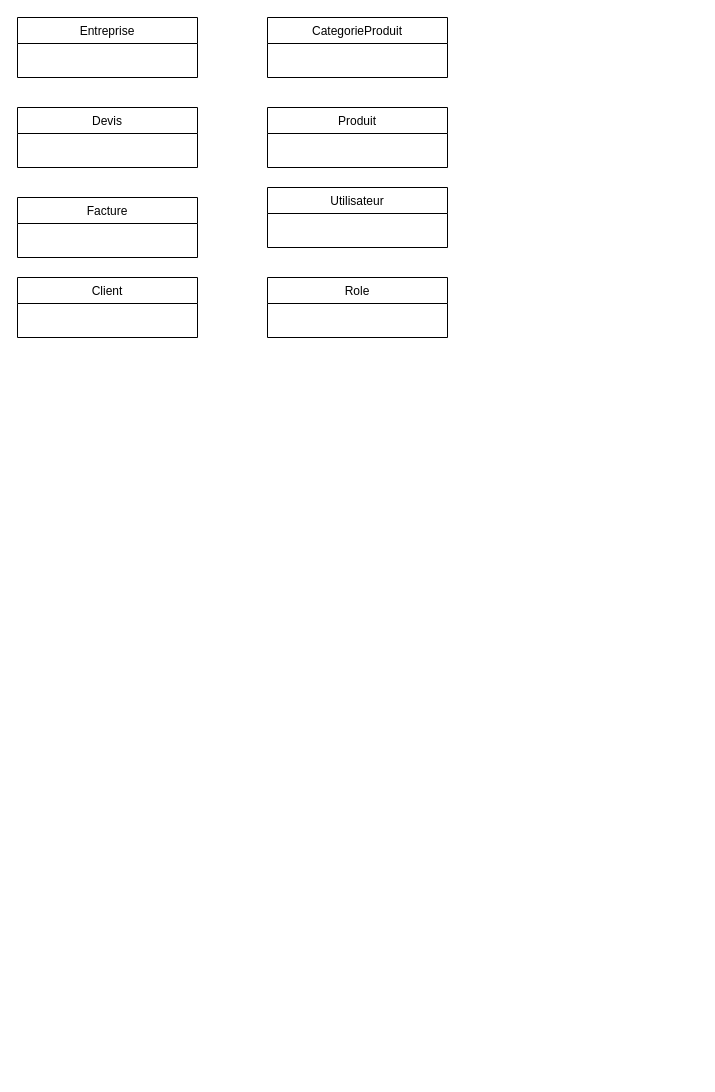
Earlier version of the draw.io diagram .docs/UML/DDC.drawio (RafaelCoppe/Challenge-S1-4iw2_rattrapage). Source tidied: cells renumbered, new cells numbered last; positions are measured from the earlier drawing's top-left corner, leaving out a move shared by most shapes. Both pictures are drawn from the tidied source at 100%, with x=0, y=0 at pixel (17, 17).
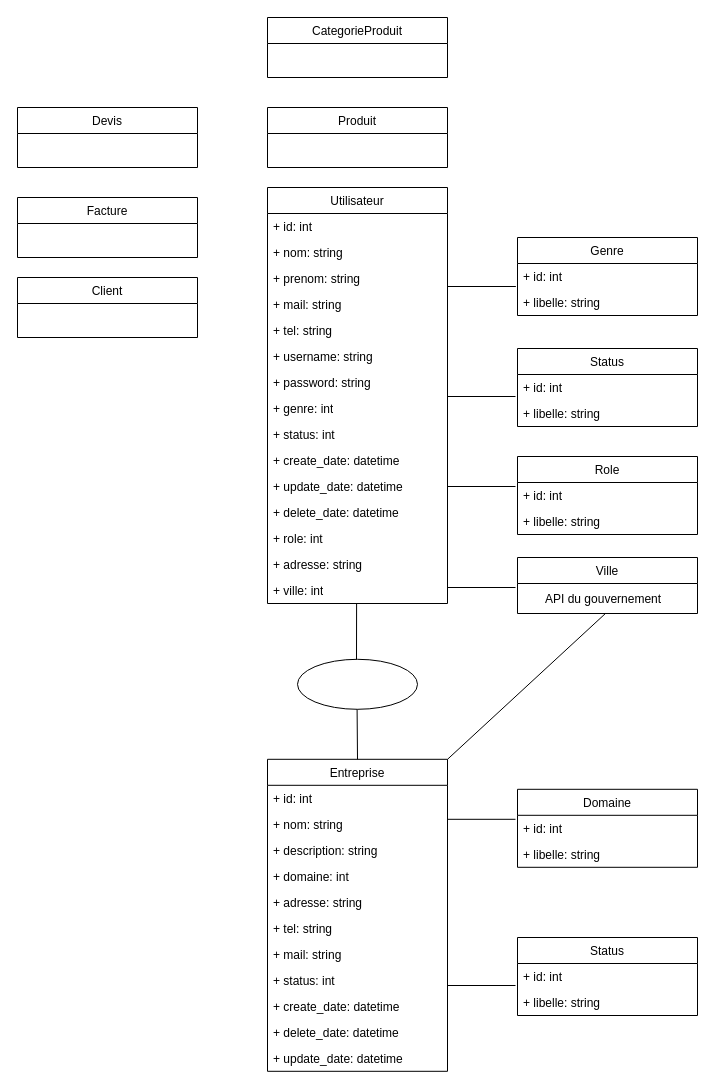
The same page after the edit.

Commit message:
premieres modifs du diagramme

Diff of the diagram source:
```diff
@@
     <mxCell id="2" value="Entreprise" style="swimlane;fontStyle=0;horizontal=1;startSize=26;fillColor=none;" parent="1" vertex="1">
-      <mxGeometry width="180" height="60" as="geometry" />
+      <mxGeometry x="250" y="741.8" width="180" height="312" as="geometry" />
     </mxCell>
+    <mxCell id="10" value="&lt;div&gt;+ id: int&amp;nbsp;&amp;nbsp; &lt;br&gt;&lt;/div&gt;&lt;div&gt;&lt;br&gt;&lt;/div&gt;" style="text;strokeColor=none;fillColor=none;align=left;verticalAlign=top;spacingLeft=4;spacingRight=4;overflow=hidden;whiteSpace=wrap;html=1;" parent="2" vertex="1">
+      <mxGeometry y="26" width="180" height="26" as="geometry" />
+    </mxCell>
+    <mxCell id="11" value="&lt;div&gt;+ nom: string&lt;/div&gt;&lt;div&gt;&lt;br&gt;&lt;/div&gt;" style="text;strokeColor=none;fillColor=none;align=left;verticalAlign=top;spacingLeft=4;spacingRight=4;overflow=hidden;whiteSpace=wrap;html=1;" parent="2" vertex="1">
+      <mxGeometry y="52" width="180" height="26" as="geometry" />
+    </mxCell>
+    <mxCell id="12" value="&lt;div&gt;+ description: string&lt;/div&gt;&lt;div&gt;&lt;br&gt;&lt;/div&gt;" style="text;strokeColor=none;fillColor=none;align=left;verticalAlign=top;spacingLeft=4;spacingRight=4;overflow=hidden;whiteSpace=wrap;html=1;" parent="2" vertex="1">
+      <mxGeometry y="78" width="180" height="26" as="geometry" />
+    </mxCell>
+    <mxCell id="13" value="&lt;div&gt;+ domaine: int&lt;/div&gt;&lt;div&gt;&lt;br&gt;&lt;/div&gt;" style="text;strokeColor=none;fillColor=none;align=left;verticalAlign=top;spacingLeft=4;spacingRight=4;overflow=hidden;whiteSpace=wrap;html=1;" parent="2" vertex="1">
+      <mxGeometry y="104" width="180" height="26" as="geometry" />
+    </mxCell>
+    <mxCell id="14" value="&lt;div&gt;+ adresse: string&lt;/div&gt;&lt;div&gt;&lt;br&gt;&lt;/div&gt;" style="text;strokeColor=none;fillColor=none;align=left;verticalAlign=top;spacingLeft=4;spacingRight=4;overflow=hidden;whiteSpace=wrap;html=1;" parent="2" vertex="1">
+      <mxGeometry y="130" width="180" height="26" as="geometry" />
+    </mxCell>
+    <mxCell id="15" value="&lt;div&gt;+ tel: string&lt;/div&gt;&lt;div&gt;&lt;br&gt;&lt;/div&gt;" style="text;strokeColor=none;fillColor=none;align=left;verticalAlign=top;spacingLeft=4;spacingRight=4;overflow=hidden;whiteSpace=wrap;html=1;" parent="2" vertex="1">
+      <mxGeometry y="156" width="180" height="26" as="geometry" />
+    </mxCell>
+    <mxCell id="16" value="&lt;div&gt;+ mail: string&lt;/div&gt;&lt;div&gt;&lt;br&gt;&lt;/div&gt;" style="text;strokeColor=none;fillColor=none;align=left;verticalAlign=top;spacingLeft=4;spacingRight=4;overflow=hidden;whiteSpace=wrap;html=1;" parent="2" vertex="1">
+      <mxGeometry y="182" width="180" height="26" as="geometry" />
+    </mxCell>
+    <mxCell id="17" value="&lt;div&gt;+ status: int&lt;/div&gt;&lt;div&gt;&lt;br&gt;&lt;/div&gt;" style="text;strokeColor=none;fillColor=none;align=left;verticalAlign=top;spacingLeft=4;spacingRight=4;overflow=hidden;whiteSpace=wrap;html=1;" parent="2" vertex="1">
+      <mxGeometry y="208" width="180" height="26" as="geometry" />
+    </mxCell>
+    <mxCell id="18" value="+ create_date: datetime" style="text;strokeColor=none;fillColor=none;align=left;verticalAlign=top;spacingLeft=4;spacingRight=4;overflow=hidden;whiteSpace=wrap;html=1;" parent="2" vertex="1">
+      <mxGeometry y="234" width="180" height="26" as="geometry" />
+    </mxCell>
+    <mxCell id="19" value="+ delete_date: datetime" style="text;strokeColor=none;fillColor=none;align=left;verticalAlign=top;spacingLeft=4;spacingRight=4;overflow=hidden;whiteSpace=wrap;html=1;" parent="2" vertex="1">
+      <mxGeometry y="260" width="180" height="26" as="geometry" />
+    </mxCell>
+    <mxCell id="20" value="+ update_date: datetime" style="text;strokeColor=none;fillColor=none;align=left;verticalAlign=top;spacingLeft=4;spacingRight=4;overflow=hidden;whiteSpace=wrap;html=1;" parent="2" vertex="1">
+      <mxGeometry y="286" width="180" height="26" as="geometry" />
+    </mxCell>
@@
     <mxCell id="8" value="Utilisateur" style="swimlane;fontStyle=0;horizontal=1;startSize=26;fillColor=none;" parent="1" vertex="1">
-      <mxGeometry x="250" y="170" width="180" height="60" as="geometry" />
+      <mxGeometry x="250" y="170" width="180" height="416" as="geometry" />
     </mxCell>
+    <mxCell id="21" value="+ id: int" style="text;strokeColor=none;fillColor=none;align=left;verticalAlign=top;spacingLeft=4;spacingRight=4;overflow=hidden;whiteSpace=wrap;html=1;" parent="8" vertex="1">
+      <mxGeometry y="26" width="180" height="26" as="geometry" />
+    </mxCell>
+    <mxCell id="22" value="+ nom: string" style="text;strokeColor=none;fillColor=none;align=left;verticalAlign=top;spacingLeft=4;spacingRight=4;overflow=hidden;whiteSpace=wrap;html=1;" parent="8" vertex="1">
+      <mxGeometry y="52" width="180" height="26" as="geometry" />
+    </mxCell>
+    <mxCell id="23" value="+ prenom: string" style="text;strokeColor=none;fillColor=none;align=left;verticalAlign=top;spacingLeft=4;spacingRight=4;overflow=hidden;whiteSpace=wrap;html=1;" parent="8" vertex="1">
+      <mxGeometry y="78" width="180" height="26" as="geometry" />
+    </mxCell>
+    <mxCell id="24" value="+ mail: string" style="text;strokeColor=none;fillColor=none;align=left;verticalAlign=top;spacingLeft=4;spacingRight=4;overflow=hidden;whiteSpace=wrap;html=1;" parent="8" vertex="1">
+      <mxGeometry y="104" width="180" height="26" as="geometry" />
+    </mxCell>
+    <mxCell id="25" value="+ tel: string" style="text;strokeColor=none;fillColor=none;align=left;verticalAlign=top;spacingLeft=4;spacingRight=4;overflow=hidden;whiteSpace=wrap;html=1;" parent="8" vertex="1">
+      <mxGeometry y="130" width="180" height="26" as="geometry" />
+    </mxCell>
+    <mxCell id="26" value="&lt;div&gt;+ username: string&lt;/div&gt;" style="text;strokeColor=none;fillColor=none;align=left;verticalAlign=top;spacingLeft=4;spacingRight=4;overflow=hidden;whiteSpace=wrap;html=1;" parent="8" vertex="1">
+      <mxGeometry y="156" width="180" height="26" as="geometry" />
+    </mxCell>
+    <mxCell id="27" value="+ password: string" style="text;strokeColor=none;fillColor=none;align=left;verticalAlign=top;spacingLeft=4;spacingRight=4;overflow=hidden;whiteSpace=wrap;html=1;" parent="8" vertex="1">
+      <mxGeometry y="182" width="180" height="26" as="geometry" />
+    </mxCell>
+    <mxCell id="28" value="+ genre: int" style="text;strokeColor=none;fillColor=none;align=left;verticalAlign=top;spacingLeft=4;spacingRight=4;overflow=hidden;whiteSpace=wrap;html=1;" parent="8" vertex="1">
+      <mxGeometry y="208" width="180" height="26" as="geometry" />
+    </mxCell>
+    <mxCell id="29" value="&lt;div&gt;+ status: int&lt;/div&gt;" style="text;strokeColor=none;fillColor=none;align=left;verticalAlign=top;spacingLeft=4;spacingRight=4;overflow=hidden;whiteSpace=wrap;html=1;" parent="8" vertex="1">
+      <mxGeometry y="234" width="180" height="26" as="geometry" />
+    </mxCell>
+    <mxCell id="30" value="+ create_date: datetime" style="text;strokeColor=none;fillColor=none;align=left;verticalAlign=top;spacingLeft=4;spacingRight=4;overflow=hidden;whiteSpace=wrap;html=1;" parent="8" vertex="1">
+      <mxGeometry y="260" width="180" height="26" as="geometry" />
+    </mxCell>
+    <mxCell id="31" value="+ update_date: datetime" style="text;strokeColor=none;fillColor=none;align=left;verticalAlign=top;spacingLeft=4;spacingRight=4;overflow=hidden;whiteSpace=wrap;html=1;" parent="8" vertex="1">
+      <mxGeometry y="286" width="180" height="26" as="geometry" />
+    </mxCell>
+    <mxCell id="32" value="+ delete_date: datetime" style="text;strokeColor=none;fillColor=none;align=left;verticalAlign=top;spacingLeft=4;spacingRight=4;overflow=hidden;whiteSpace=wrap;html=1;" parent="8" vertex="1">
+      <mxGeometry y="312" width="180" height="26" as="geometry" />
+    </mxCell>
+    <mxCell id="33" value="&lt;div&gt;+ role: int&lt;/div&gt;&lt;div&gt;&lt;br&gt;&lt;/div&gt;" style="text;strokeColor=none;fillColor=none;align=left;verticalAlign=top;spacingLeft=4;spacingRight=4;overflow=hidden;whiteSpace=wrap;html=1;" parent="8" vertex="1">
+      <mxGeometry y="338" width="180" height="26" as="geometry" />
+    </mxCell>
+    <mxCell id="34" value="&lt;div&gt;+ adresse: string&lt;/div&gt;&lt;div&gt;&lt;br&gt;&lt;/div&gt;" style="text;strokeColor=none;fillColor=none;align=left;verticalAlign=top;spacingLeft=4;spacingRight=4;overflow=hidden;whiteSpace=wrap;html=1;" parent="8" vertex="1">
+      <mxGeometry y="364" width="180" height="26" as="geometry" />
+    </mxCell>
+    <mxCell id="35" value="&lt;div&gt;+ ville: int&lt;/div&gt;&lt;div&gt;&lt;br&gt;&lt;/div&gt;" style="text;strokeColor=none;fillColor=none;align=left;verticalAlign=top;spacingLeft=4;spacingRight=4;overflow=hidden;whiteSpace=wrap;html=1;" parent="8" vertex="1">
+      <mxGeometry y="390" width="180" height="26" as="geometry" />
+    </mxCell>
+    <mxCell id="36" value="Genre" style="swimlane;fontStyle=0;horizontal=1;startSize=26;fillColor=none;" parent="1" vertex="1">
+      <mxGeometry x="500" y="220" width="180" height="78" as="geometry" />
+    </mxCell>
+    <mxCell id="37" value="+ id: int" style="text;strokeColor=none;fillColor=none;align=left;verticalAlign=top;spacingLeft=4;spacingRight=4;overflow=hidden;whiteSpace=wrap;html=1;" parent="36" vertex="1">
+      <mxGeometry y="26" width="180" height="26" as="geometry" />
+    </mxCell>
+    <mxCell id="38" value="+ libelle: string" style="text;strokeColor=none;fillColor=none;align=left;verticalAlign=top;spacingLeft=4;spacingRight=4;overflow=hidden;points=[[0,0.5],[1,0.5]];portConstraint=eastwest;whiteSpace=wrap;html=1;" parent="36" vertex="1">
+      <mxGeometry y="52" width="180" height="26" as="geometry" />
+    </mxCell>
+    <mxCell id="39" value="Status" style="swimlane;fontStyle=0;horizontal=1;startSize=26;fillColor=none;" parent="1" vertex="1">
+      <mxGeometry x="500" y="331" width="180" height="78" as="geometry" />
+    </mxCell>
+    <mxCell id="40" value="+ id: int" style="text;strokeColor=none;fillColor=none;align=left;verticalAlign=top;spacingLeft=4;spacingRight=4;overflow=hidden;whiteSpace=wrap;html=1;" parent="39" vertex="1">
+      <mxGeometry y="26" width="180" height="26" as="geometry" />
+    </mxCell>
+    <mxCell id="41" value="+ libelle: string" style="text;strokeColor=none;fillColor=none;align=left;verticalAlign=top;spacingLeft=4;spacingRight=4;overflow=hidden;whiteSpace=wrap;html=1;" parent="39" vertex="1">
+      <mxGeometry y="52" width="180" height="26" as="geometry" />
+    </mxCell>
     <mxCell id="9" value="Role" style="swimlane;fontStyle=0;horizontal=1;startSize=26;fillColor=none;" parent="1" vertex="1">
-      <mxGeometry x="250" y="260" width="180" height="60" as="geometry" />
+      <mxGeometry x="500" y="439" width="180" height="78" as="geometry" />
     </mxCell>
+    <mxCell id="42" value="+ id: int" style="text;strokeColor=none;fillColor=none;align=left;verticalAlign=top;spacingLeft=4;spacingRight=4;overflow=hidden;whiteSpace=wrap;html=1;" parent="9" vertex="1">
+      <mxGeometry y="26" width="180" height="26" as="geometry" />
+    </mxCell>
+    <mxCell id="43" value="+ libelle: string" style="text;strokeColor=none;fillColor=none;align=left;verticalAlign=top;spacingLeft=4;spacingRight=4;overflow=hidden;whiteSpace=wrap;html=1;" parent="9" vertex="1">
+      <mxGeometry y="52" width="180" height="26" as="geometry" />
+    </mxCell>
+    <mxCell id="44" style="ellipse;whiteSpace=wrap;html=1;align=center;" parent="1" vertex="1">
+      <mxGeometry x="280" y="641.8" width="120" height="50" as="geometry" />
+    </mxCell>
+    <mxCell id="45" style="endArrow=none;html=1;rounded=0;entryX=-0.009;entryY=-0.115;entryDx=0;entryDy=0;entryPerimeter=0;" parent="1" edge="1" target="38">
+      <mxGeometry relative="1" as="geometry">
+        <mxPoint x="430" y="269" as="sourcePoint" />
+      </mxGeometry>
+    </mxCell>
+    <mxCell id="46" style="endArrow=none;html=1;rounded=0;entryX=-0.009;entryY=-0.115;entryDx=0;entryDy=0;entryPerimeter=0;" parent="1" edge="1">
+      <mxGeometry relative="1" as="geometry">
+        <mxPoint x="430" y="379" as="sourcePoint" />
+        <mxPoint x="498" y="379" as="targetPoint" />
+      </mxGeometry>
+    </mxCell>
+    <mxCell id="47" style="endArrow=none;html=1;rounded=0;entryX=-0.009;entryY=-0.115;entryDx=0;entryDy=0;entryPerimeter=0;" parent="1" edge="1">
+      <mxGeometry relative="1" as="geometry">
+        <mxPoint x="430" y="469" as="sourcePoint" />
+        <mxPoint x="498" y="469" as="targetPoint" />
+      </mxGeometry>
+    </mxCell>
+    <mxCell id="48" style="endArrow=none;html=1;rounded=0;exitX=0.495;exitY=1.006;exitDx=0;exitDy=0;exitPerimeter=0;" parent="1" edge="1">
+      <mxGeometry relative="1" as="geometry">
+        <mxPoint x="339.1" y="586" as="sourcePoint" />
+        <mxPoint x="339" y="641.8" as="targetPoint" />
+      </mxGeometry>
+    </mxCell>
+    <mxCell id="49" style="endArrow=none;html=1;rounded=0;entryX=0.5;entryY=0;entryDx=0;entryDy=0;" parent="1" edge="1" target="2">
+      <mxGeometry relative="1" as="geometry">
+        <mxPoint x="339.6" y="691.8" as="sourcePoint" />
+      </mxGeometry>
+    </mxCell>
+    <mxCell id="50" value="Domaine" style="swimlane;fontStyle=0;horizontal=1;startSize=26;fillColor=none;" parent="1" vertex="1">
+      <mxGeometry x="500" y="771.8" width="180" height="78" as="geometry" />
+    </mxCell>
+    <mxCell id="51" value="+ id: int" style="text;strokeColor=none;fillColor=none;align=left;verticalAlign=top;spacingLeft=4;spacingRight=4;overflow=hidden;whiteSpace=wrap;html=1;" parent="50" vertex="1">
+      <mxGeometry y="26" width="180" height="26" as="geometry" />
+    </mxCell>
+    <mxCell id="52" value="+ libelle: string" style="text;strokeColor=none;fillColor=none;align=left;verticalAlign=top;spacingLeft=4;spacingRight=4;overflow=hidden;whiteSpace=wrap;html=1;" parent="50" vertex="1">
+      <mxGeometry y="52" width="180" height="26" as="geometry" />
+    </mxCell>
+    <mxCell id="53" style="endArrow=none;html=1;rounded=0;entryX=-0.009;entryY=-0.115;entryDx=0;entryDy=0;entryPerimeter=0;" parent="1" edge="1">
+      <mxGeometry relative="1" as="geometry">
+        <mxPoint x="430" y="801.8" as="sourcePoint" />
+        <mxPoint x="498" y="801.8" as="targetPoint" />
+      </mxGeometry>
+    </mxCell>
+    <mxCell id="54" value="Ville" style="swimlane;fontStyle=0;horizontal=1;startSize=26;fillColor=none;" parent="1" vertex="1">
+      <mxGeometry x="500" y="540" width="180" height="56" as="geometry" />
+    </mxCell>
+    <mxCell id="55" style="shape=table;startSize=0;childLayout=tableLayout;rowLines=0;fontStyle=0;align=center;strokeColor=none;fillColor=none;whiteSpace=wrap;html=1;" parent="54" vertex="1">
+      <mxGeometry y="26" width="180" height="30" as="geometry" />
+    </mxCell>
+    <mxCell id="56" style="shape=tableRow;horizontal=0;startSize=0;swimlaneHead=0;swimlaneBody=0;fillColor=none;points=[[0,0.5],[1,0.5]];portConstraint=eastwest;top=0;left=0;right=0;bottom=0;" parent="55" vertex="1">
+      <mxGeometry width="180" height="30" as="geometry" />
+    </mxCell>
+    <mxCell id="57" style="shape=partialRectangle;fillColor=none;top=0;left=0;bottom=0;right=0;overflow=hidden;" parent="56" vertex="1">
+      <mxGeometry width="20" height="30" as="geometry" />
+    </mxCell>
+    <mxCell id="58" value="API du gouvernement" style="shape=partialRectangle;fillColor=none;top=0;left=0;bottom=0;right=0;align=left;spacingLeft=6;overflow=hidden;" parent="56" vertex="1">
+      <mxGeometry x="20" width="160" height="30" as="geometry" />
+    </mxCell>
+    <mxCell id="59" style="endArrow=none;html=1;rounded=0;entryX=-0.009;entryY=-0.115;entryDx=0;entryDy=0;entryPerimeter=0;" parent="1" edge="1">
+      <mxGeometry relative="1" as="geometry">
+        <mxPoint x="430" y="570" as="sourcePoint" />
+        <mxPoint x="498" y="570" as="targetPoint" />
+      </mxGeometry>
+    </mxCell>
+    <mxCell id="60" style="endArrow=none;html=1;rounded=0;entryX=0.488;entryY=1.004;entryDx=0;entryDy=0;entryPerimeter=0;" parent="1" edge="1" target="56">
+      <mxGeometry relative="1" as="geometry">
+        <mxPoint x="430" y="741.8" as="sourcePoint" />
+      </mxGeometry>
+    </mxCell>
+    <mxCell id="61" value="Status" style="swimlane;fontStyle=0;horizontal=1;startSize=26;fillColor=none;" parent="1" vertex="1">
+      <mxGeometry x="500" y="920" width="180" height="78" as="geometry" />
+    </mxCell>
+    <mxCell id="62" value="+ id: int" style="text;strokeColor=none;fillColor=none;align=left;verticalAlign=top;spacingLeft=4;spacingRight=4;overflow=hidden;whiteSpace=wrap;html=1;" parent="61" vertex="1">
+      <mxGeometry y="26" width="180" height="26" as="geometry" />
+    </mxCell>
+    <mxCell id="63" value="+ libelle: string" style="text;strokeColor=none;fillColor=none;align=left;verticalAlign=top;spacingLeft=4;spacingRight=4;overflow=hidden;whiteSpace=wrap;html=1;" parent="61" vertex="1">
+      <mxGeometry y="52" width="180" height="26" as="geometry" />
+    </mxCell>
+    <mxCell id="64" style="endArrow=none;html=1;rounded=0;entryX=-0.009;entryY=-0.115;entryDx=0;entryDy=0;entryPerimeter=0;" parent="1" edge="1">
+      <mxGeometry relative="1" as="geometry">
+        <mxPoint x="430" y="968" as="sourcePoint" />
+        <mxPoint x="498" y="968" as="targetPoint" />
+      </mxGeometry>
+    </mxCell>
```
